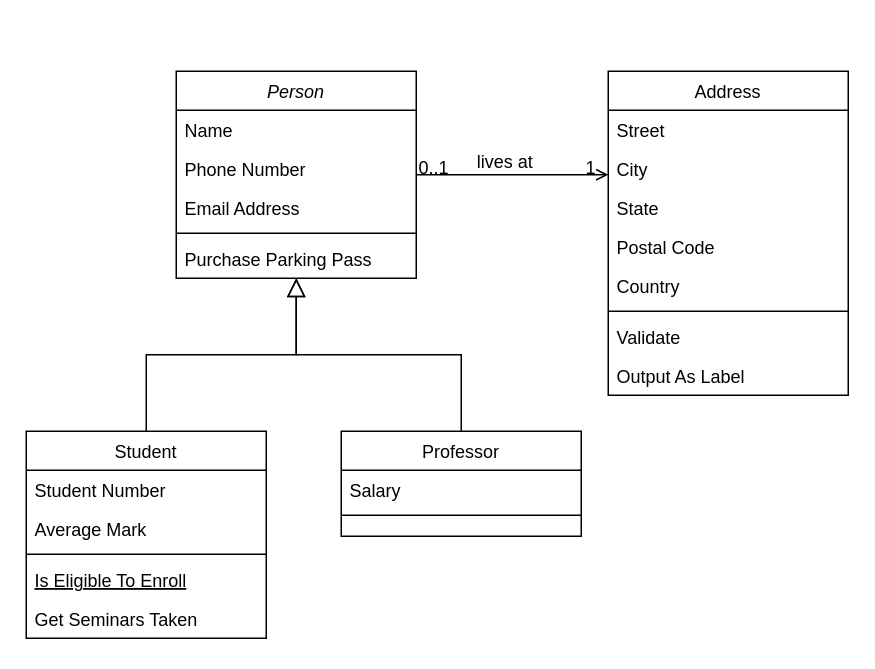
Before: drawio_files/23.drawio in frostaag/diagrams-v2, a draw.io diagram. Source tidied: cells renumbered, new cells numbered last; positions are measured from the earlier drawing's top-left corner, leaving out a move shared by most shapes. Both pictures are drawn from the tidied source at 150%, with x=0, y=0 at pixel (26, 70).
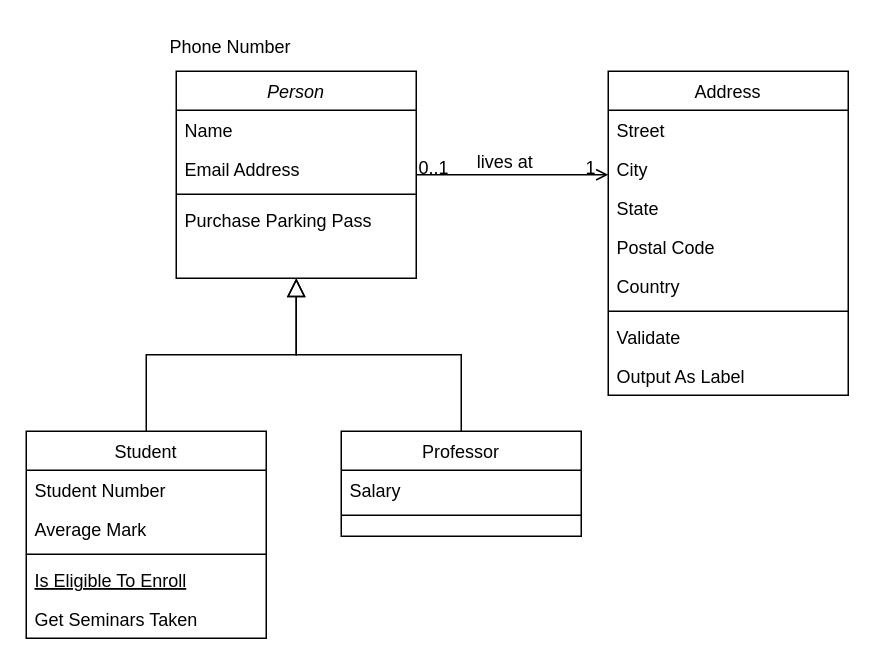
The same page after the edit.

Unchanged cells that the change refers to:
```xml
<mxCell id="2" value="Person" style="swimlane;fontStyle=2;align=center;verticalAlign=top;horizontal=1;startSize=26;rounded=0;shadow=0;strokeWidth=1;" parent="1" vertex="1">
  <mxGeometry x="100" width="160" height="138" as="geometry" />
</mxCell>
```

Change to the diagram source:
```diff
@@
-    <mxCell id="4" value="Phone Number" style="text;align=left;verticalAlign=top;spacingLeft=4;spacingRight=4;overflow=hidden;rounded=0;shadow=0;html=0;" parent="2" vertex="1">
-      <mxGeometry y="52" width="160" height="26" as="geometry" />
-    </mxCell>
     <mxCell id="5" value="Email Address" style="text;align=left;verticalAlign=top;spacingLeft=4;spacingRight=4;overflow=hidden;rounded=0;shadow=0;html=0;" parent="2" vertex="1">
-      <mxGeometry y="78" width="160" height="26" as="geometry" />
+      <mxGeometry y="52" width="160" height="26" as="geometry" />
     </mxCell>
     <mxCell id="6" style="line;html=1;strokeWidth=1;align=left;verticalAlign=middle;spacingTop=-1;spacingLeft=3;spacingRight=3;labelPosition=right;" parent="2" vertex="1">
-      <mxGeometry y="104" width="160" height="8" as="geometry" />
+      <mxGeometry y="78" width="160" height="8" as="geometry" />
     </mxCell>
     <mxCell id="7" value="Purchase Parking Pass" style="text;align=left;verticalAlign=top;spacingLeft=4;spacingRight=4;overflow=hidden;" parent="2" vertex="1">
-      <mxGeometry y="112" width="160" height="26" as="geometry" />
+      <mxGeometry y="86" width="160" height="26" as="geometry" />
     </mxCell>
@@
+    <mxCell id="4" value="Phone Number" style="text;align=left;verticalAlign=top;spacingLeft=4;spacingRight=4;overflow=hidden;rounded=0;shadow=0;html=0;" parent="1" vertex="1">
+      <mxGeometry x="90" y="-30" width="160" height="26" as="geometry" />
+    </mxCell>
```
